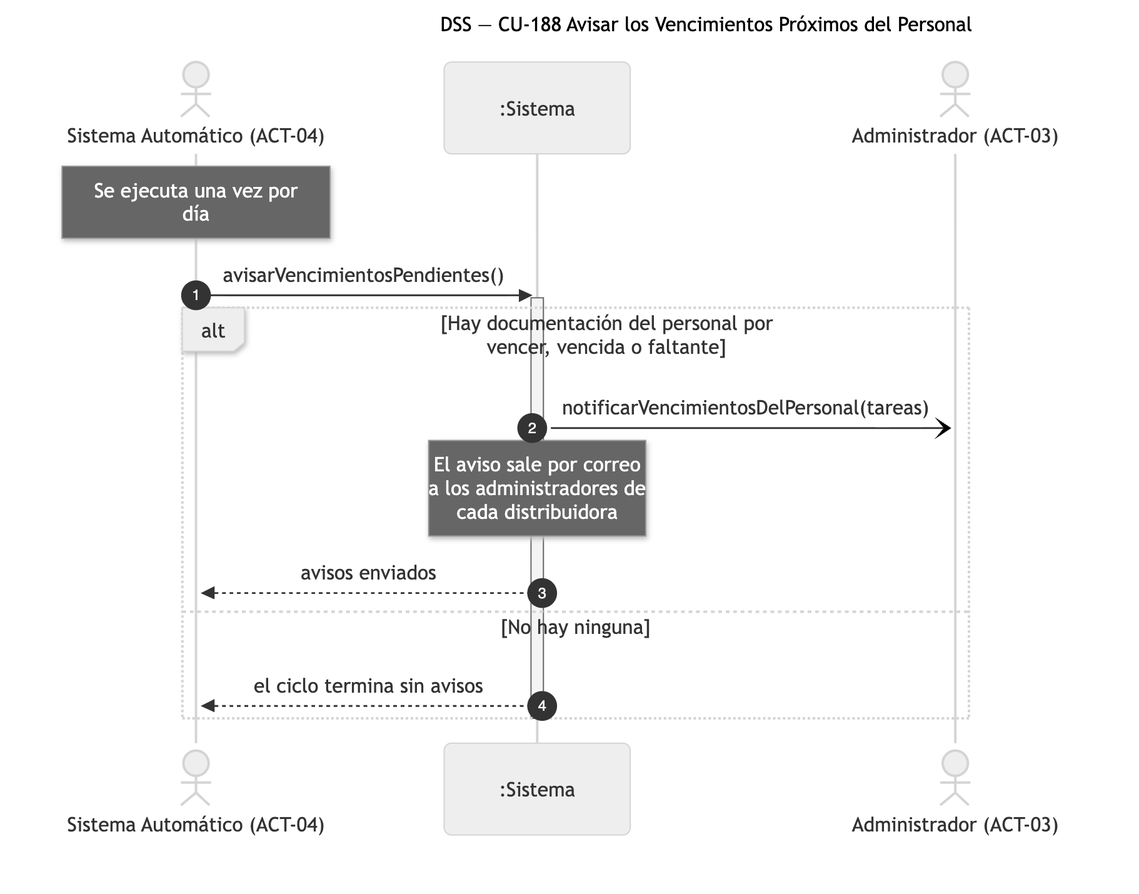
Before: diagramas/png/DSS_CU-188_Avisar-los-Vencimientos-Proximos-del-Personal.png, a diagram exported from Mermaid (Nahuelito-Dev/splg-docs). Its source is kept beside it as diagramas/DSS_CU-188_Avisar-los-Vencimientos-Proximos-del-Personal.mmd. Source of this version:
```mermaid
sequenceDiagram
    title DSS — CU-188 Avisar los Vencimientos Próximos del Personal
    autonumber
    actor SAU as Sistema Automático (ACT-04)
    participant SIS as :Sistema
    actor ADM as Administrador (ACT-03)

    Note over SAU: Se ejecuta una vez por<br/>día
    SAU->>SIS: avisarVencimientosPendientes()
    activate SIS
    alt Hay documentación del personal por vencer, vencida o faltante
        SIS-)ADM: notificarVencimientosDelPersonal(tareas)
        Note over SIS: El aviso sale por correo<br/>a los administradores de<br/>cada distribuidora
        SIS-->>SAU: avisos enviados
    else No hay ninguna
        SIS-->>SAU: el ciclo termina sin avisos
    end
    deactivate SIS
```
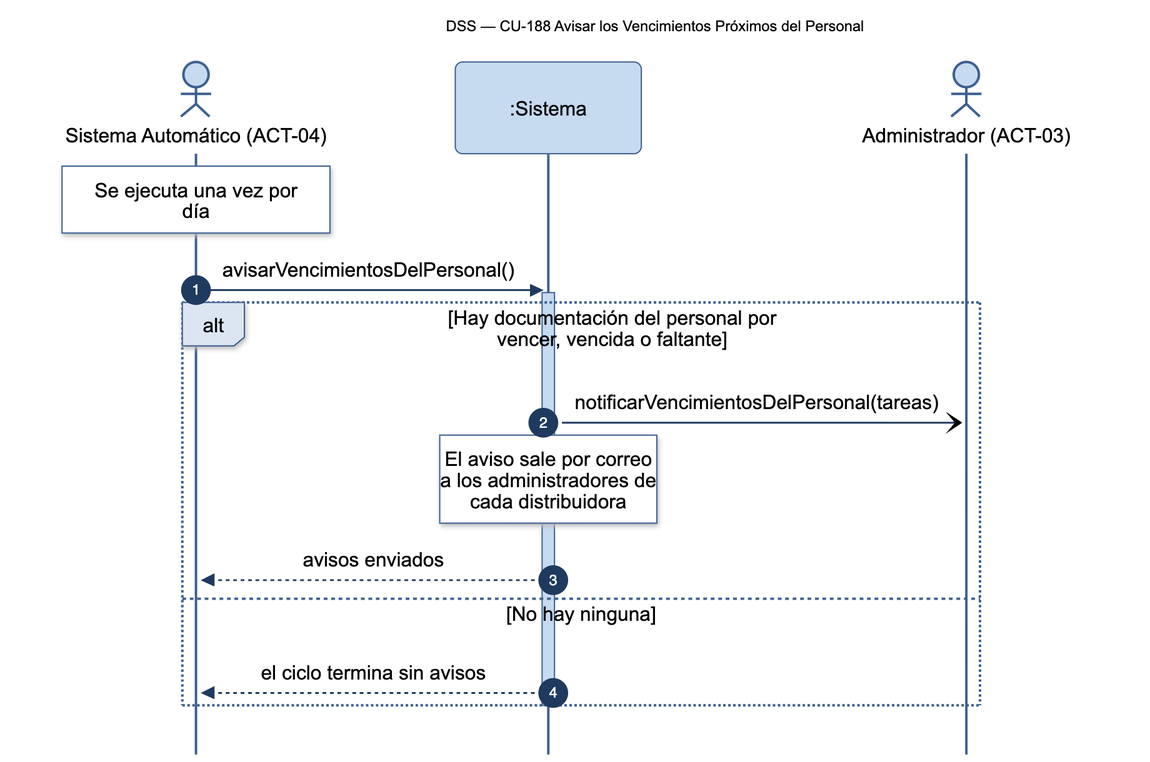
Above is the later version.

Change to the diagram source:
```diff
@@ -6,7 +6,7 @@
     actor ADM as Administrador (ACT-03)
 
     Note over SAU: Se ejecuta una vez por<br/>día
-    SAU->>SIS: avisarVencimientosPendientes()
+    SAU->>SIS: avisarVencimientosDelPersonal()
     activate SIS
     alt Hay documentación del personal por vencer, vencida o faltante
         SIS-)ADM: notificarVencimientosDelPersonal(tareas)
```
